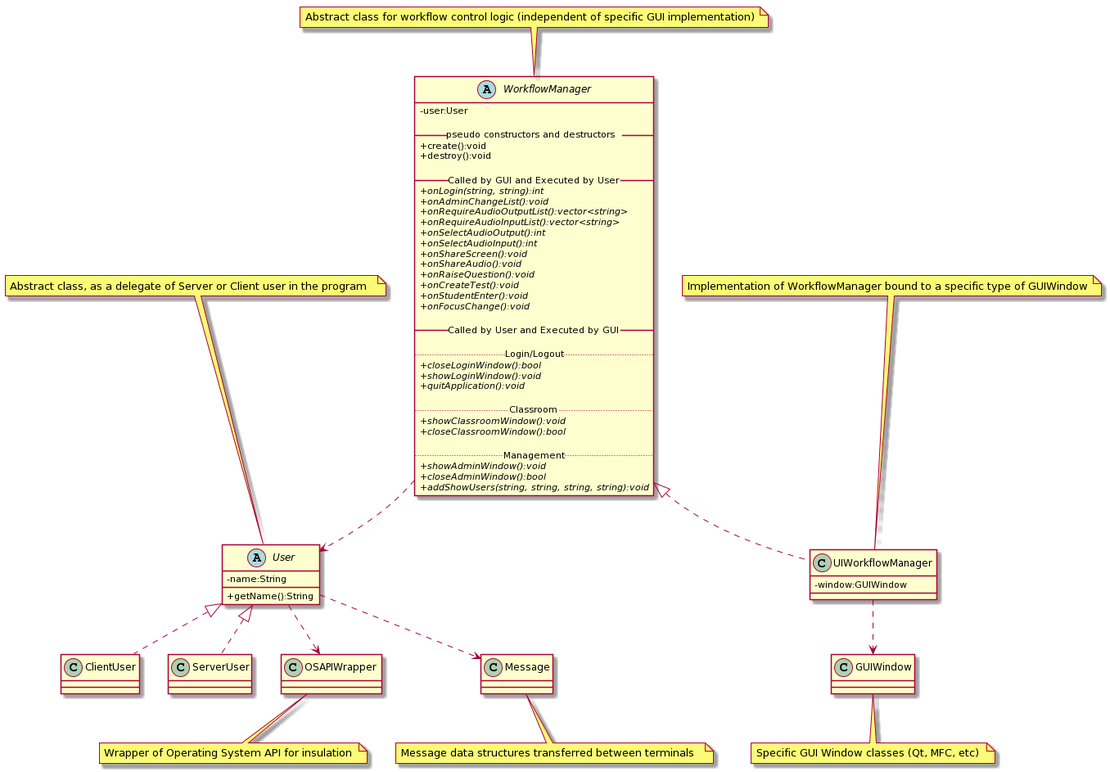
profthecopyright/Thunder_Class keeps this PlantUML diagram as doc/类图plantUML.png. Above is the earlier version. Source of this version:
```plantuml
@startuml
skinparam classAttributeIconSize 0


abstract class User
{
	-name:String
	+getName():String
}

note top of User: Abstract class, as a delegate of Server or Client user in the program


abstract class WorkflowManager
{
	-user:User

	__ pseudo constructors and destructors __
	+ create():void
	+ destroy():void

	__ Called by GUI and Executed by User __
	+ {abstract} onLogin(string, string):int
	+ {abstract} onAdminChangeList():void
	+ {abstract} onRequireAudioOutputList():vector<string>
	+ {abstract} onRequireAudioInputList():vector<string>
	+ {abstract} onSelectAudioOutput():int
	+ {abstract} onSelectAudioInput():int
	+ {abstract} onShareScreen():void
	+ {abstract} onShareAudio():void
	+ {abstract} onRaiseQuestion():void
	+ {abstract} onCreateTest():void
	+ {abstract} onStudentEnter():void
	+ {abstract} onFocusChange():void

	__ Called by User and Executed by GUI __

	..Login/Logout..
	+ {abstract} closeLoginWindow():bool
	+ {abstract} showLoginWindow():void
	+ {abstract} quitApplication():void

	..Classroom..
	+ {abstract} showClassroomWindow():void
	+ {abstract} closeClassroomWindow():bool

	..Management..
	+ {abstract} showAdminWindow():void
	+ {abstract} closeAdminWindow():bool
	+ {abstract} addShowUsers(string, string, string, string):void
}
note top of WorkflowManager: Abstract class for workflow control logic (independent of specific GUI implementation)


class UIWorkflowManager
{
	-window:GUIWindow
}

note top of UIWorkflowManager: Implementation of WorkflowManager bound to a specific type of GUIWindow

WorkflowManager <|.. UIWorkflowManager
User <|.. ClientUser
User <|.. ServerUser
User ..> OSAPIWrapper
User ..> Message
WorkflowManager ..> User
UIWorkflowManager ..> GUIWindow

note bottom of GUIWindow: Specific GUI Window classes (Qt, MFC, etc)
note bottom of Message: Message data structures transferred between terminals
note bottom of OSAPIWrapper: Wrapper of Operating System API for insulation
@enduml
```
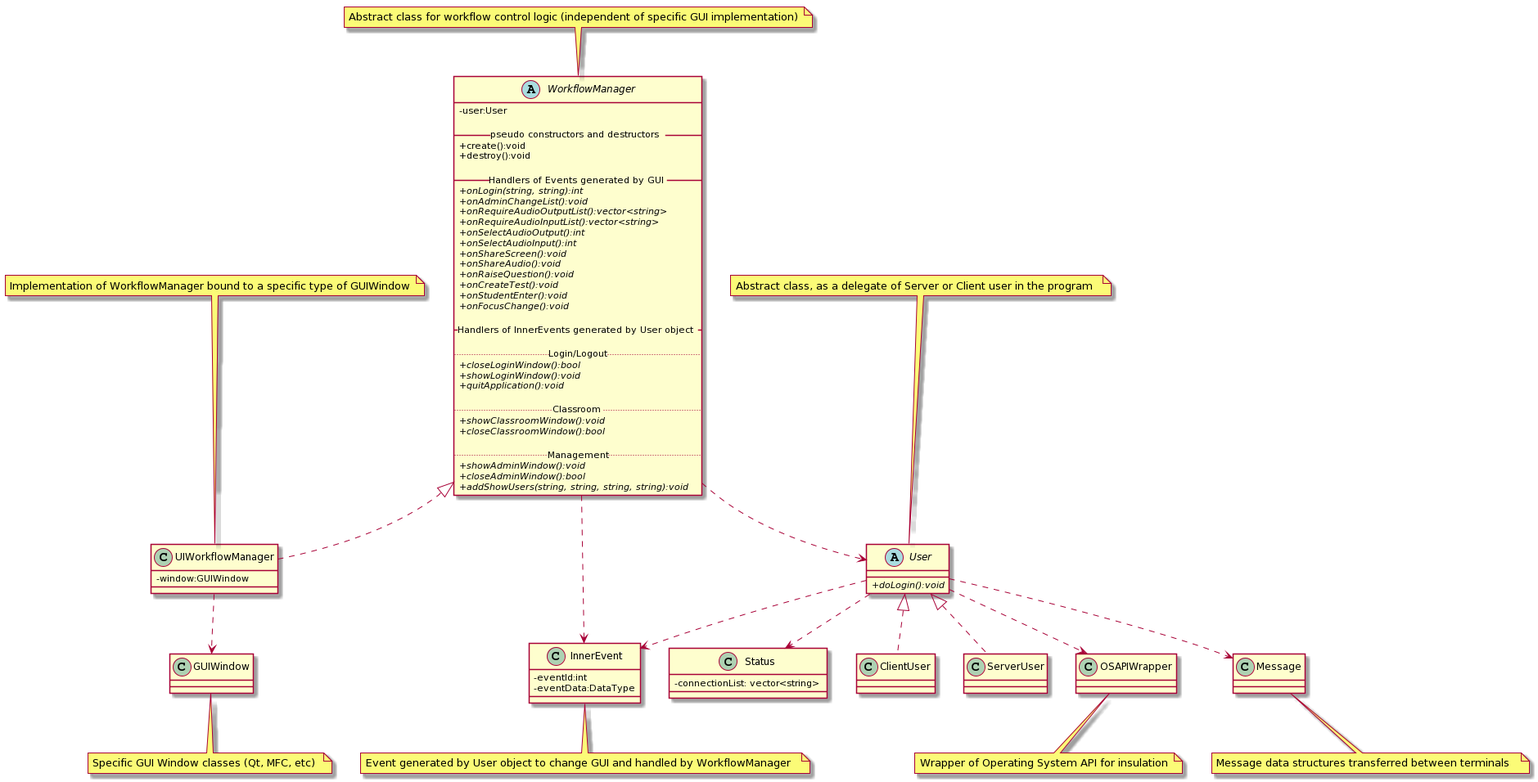
The same diagram one commit later.

Diff of the diagram source:
```diff
@@ -4,12 +4,24 @@
 
 abstract class User
 {
-	-name:String
-	+getName():String
+	+ {abstract} doLogin():void
 }
 
 note top of User: Abstract class, as a delegate of Server or Client user in the program
 
+
+class InnerEvent
+{
+	-eventId:int
+	-eventData:DataType
+}
+
+note bottom of InnerEvent: Event generated by User object to change GUI and handled by WorkflowManager
+
+class Status
+{
+	-connectionList: vector<string>
+}
 
 abstract class WorkflowManager
 {
@@ -19,7 +31,7 @@
 	+ create():void
 	+ destroy():void
 
-	__ Called by GUI and Executed by User __
+	__ Handlers of Events generated by GUI  __
 	+ {abstract} onLogin(string, string):int
 	+ {abstract} onAdminChangeList():void
 	+ {abstract} onRequireAudioOutputList():vector<string>
@@ -33,7 +45,7 @@
 	+ {abstract} onStudentEnter():void
 	+ {abstract} onFocusChange():void
 
-	__ Called by User and Executed by GUI __
+	__ Handlers of InnerEvents generated by User object  __
 
 	..Login/Logout..
 	+ {abstract} closeLoginWindow():bool
@@ -64,7 +76,10 @@
 User <|.. ServerUser
 User ..> OSAPIWrapper
 User ..> Message
+User ..> Status
+User ..> InnerEvent
 WorkflowManager ..> User
+WorkflowManager ..>InnerEvent
 UIWorkflowManager ..> GUIWindow
 
 note bottom of GUIWindow: Specific GUI Window classes (Qt, MFC, etc)
```
